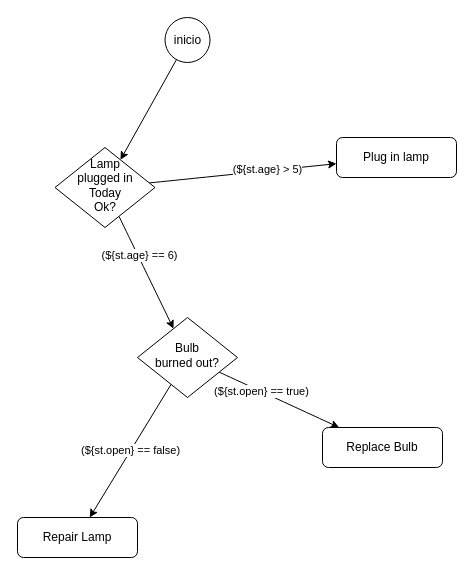
This is data/ue/scenes/barla20-cooperante.drawio from ejfdelgado/ejflab, a draw.io file, before an edit. Source tidied: cells renumbered, new cells numbered last; positions are measured from the earlier drawing's top-left corner, leaving out a move shared by most shapes. Both pictures are drawn from the tidied source at 100%, with x=0, y=0 at pixel (17, 17).
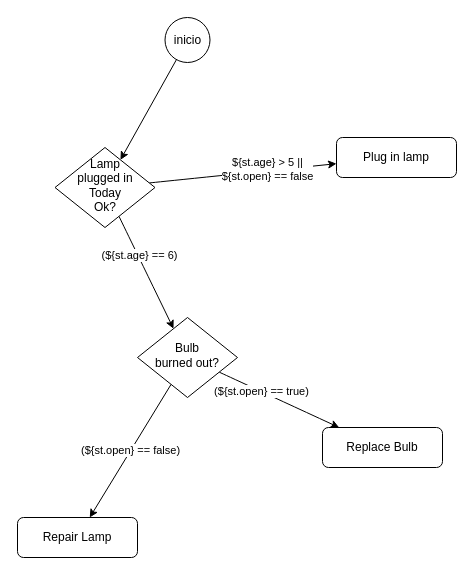
The same page after the edit.

What changed in the source:
```diff
@@
 <mxGraphModel>
   <root>
     <mxCell id="0" />
     <mxCell id="1" parent="0" />
     <mxCell id="2" style="edgeStyle=none;curved=1;html=1;strokeColor=default;" parent="1" edge="1" source="6" target="7">
       <mxGeometry relative="1" as="geometry" />
     </mxCell>
-    <mxCell id="3" value="(${st.age} &amp;gt; 5)" style="edgeLabel;html=1;align=center;verticalAlign=middle;" parent="2" vertex="1">
+    <mxCell id="3" value="${st.age} &amp;gt; 5 ||&lt;br&gt;${st.open} == false" style="edgeLabel;html=1;align=center;verticalAlign=middle;" parent="2" vertex="1">
       <mxGeometry x="0.26" y="2" relative="1" as="geometry" />
     </mxCell>
     <mxCell id="4" style="edgeStyle=none;curved=1;html=1;strokeColor=default;" parent="1" edge="1" source="6" target="11">
       <mxGeometry relative="1" as="geometry" />
     </mxCell>
     <mxCell id="5" value="(${st.age} == 6)" style="edgeLabel;html=1;align=center;verticalAlign=middle;" parent="4" vertex="1">
       <mxGeometry x="-0.3" y="1" relative="1" as="geometry" />
     </mxCell>
     <mxCell id="6" value="Lamp&lt;br&gt;plugged in&lt;br&gt;Today&lt;br&gt;Ok?" style="rhombus;whiteSpace=wrap;html=1;shadow=0;fontFamily=Helvetica;fontSize=12;align=center;strokeWidth=1;spacing=6;spacingTop=-4;" parent="1" vertex="1">
       <mxGeometry x="37.5" y="130" width="100" height="80" as="geometry" />
     </mxCell>
     <mxCell id="7" value="Plug in lamp" style="rounded=1;whiteSpace=wrap;html=1;fontSize=12;glass=0;strokeWidth=1;shadow=0;" parent="1" vertex="1">
       <mxGeometry x="319" y="120" width="120" height="40" as="geometry" />
     </mxCell>
     <mxCell id="8" style="edgeStyle=none;curved=1;html=1;strokeColor=default;" parent="1" edge="1" source="11" target="13">
       <mxGeometry relative="1" as="geometry" />
     </mxCell>
     <mxCell id="9" value="(${st.open} == true)" style="edgeLabel;html=1;align=center;verticalAlign=middle;" parent="8" vertex="1">
       <mxGeometry x="-0.31" relative="1" as="geometry" />
     </mxCell>
     <mxCell id="10" value="(${st.open} == false)" style="edgeStyle=none;curved=1;html=1;strokeColor=default;" parent="1" edge="1" source="11" target="12">
       <mxGeometry relative="1" as="geometry">
         <Array as="points">
           <mxPoint x="115" y="430" />
         </Array>
       </mxGeometry>
     </mxCell>
     <mxCell id="11" value="Bulb&lt;br&gt;burned out?" style="rhombus;whiteSpace=wrap;html=1;shadow=0;fontFamily=Helvetica;fontSize=12;align=center;strokeWidth=1;spacing=6;spacingTop=-4;" parent="1" vertex="1">
       <mxGeometry x="120" y="300" width="100" height="80" as="geometry" />
     </mxCell>
     <mxCell id="12" value="Repair Lamp" style="rounded=1;whiteSpace=wrap;html=1;fontSize=12;glass=0;strokeWidth=1;shadow=0;" parent="1" vertex="1">
       <mxGeometry y="500" width="120" height="40" as="geometry" />
     </mxCell>
     <mxCell id="13" value="Replace Bulb" style="rounded=1;whiteSpace=wrap;html=1;fontSize=12;glass=0;strokeWidth=1;shadow=0;" parent="1" vertex="1">
       <mxGeometry x="305" y="410" width="120" height="40" as="geometry" />
     </mxCell>
     <mxCell id="14" style="edgeStyle=none;html=1;" parent="1" edge="1" source="15" target="6">
       <mxGeometry relative="1" as="geometry" />
     </mxCell>
     <mxCell id="15" value="inicio" style="ellipse;whiteSpace=wrap;html=1;" parent="1" vertex="1">
       <mxGeometry x="147.5" width="45" height="45" as="geometry" />
     </mxCell>
   </root>
 </mxGraphModel>
```
